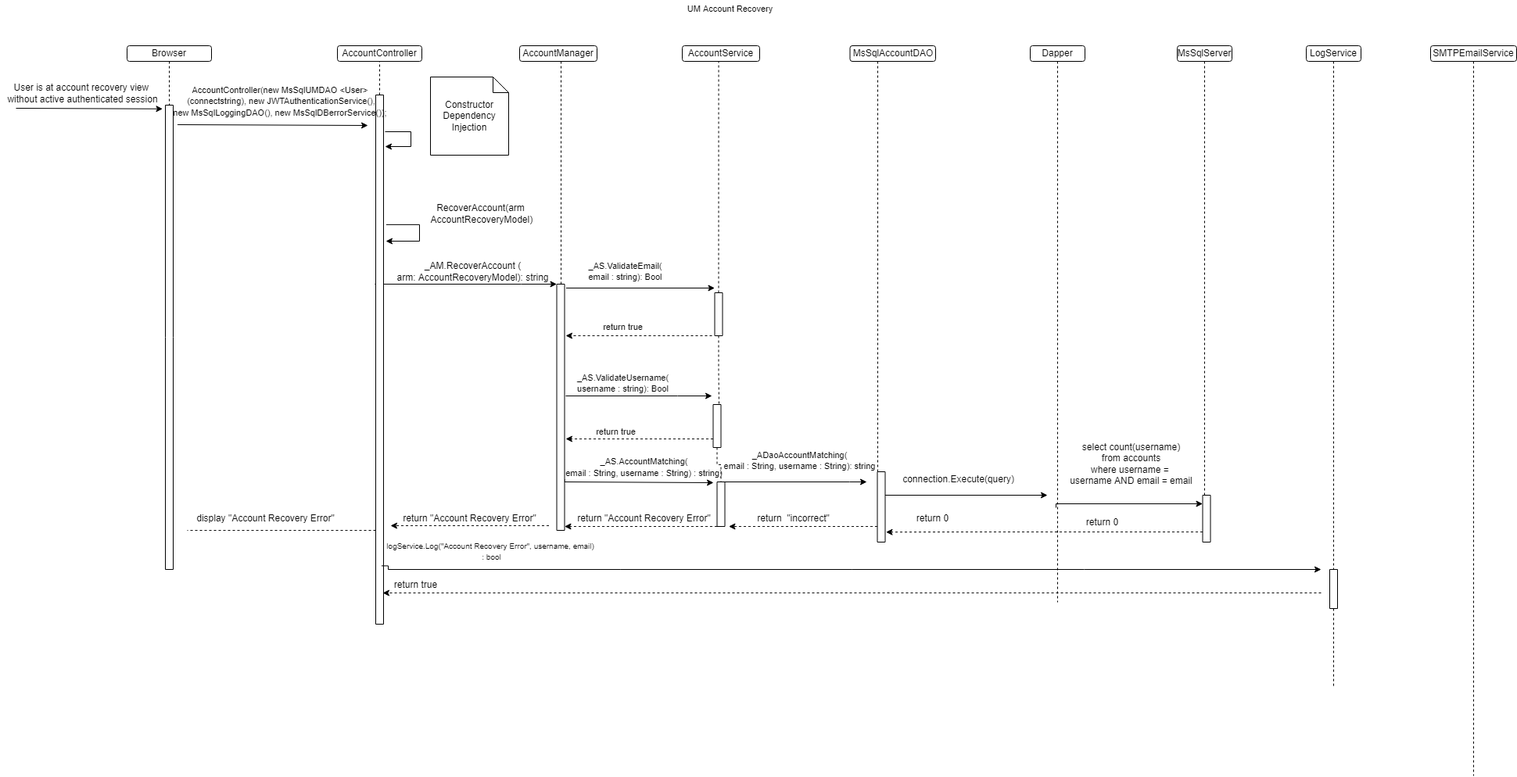
Before: Documents/Core Components/Account Recovery/acountrecoveryLL-Invalid Username.drawio.png, a diagram exported from draw.io (Annihilator3180/CECS-491A-Senior-Project). Source tidied: cells renumbered, new cells last; positions are measured from the earlier drawing's top-left corner, leaving out a move shared by most shapes.
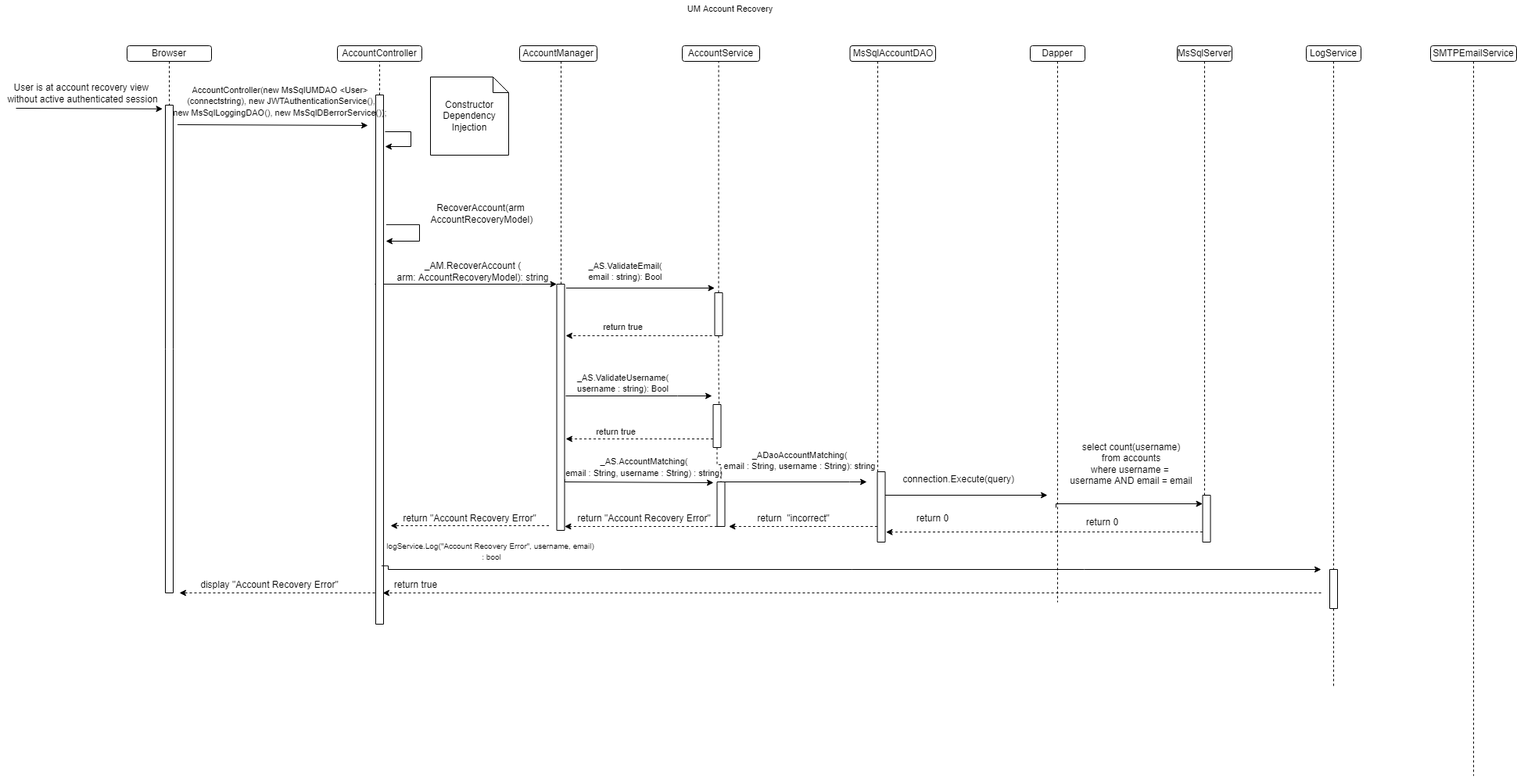
Later version of the same file.

The edit, as a diff of the source:
```diff
@@ -242,12 +242,12 @@
     <mxCell id="50" value="Browser" style="rounded=1;whiteSpace=wrap;html=1;" parent="1" vertex="1">
       <mxGeometry x="162" y="58" width="108" height="20" as="geometry" />
     </mxCell>
-    <mxCell id="51" style="edgeStyle=orthogonalEdgeStyle;rounded=0;jettySize=auto;html=1;dashed=1;endArrow=none;endFill=0;" parent="1" edge="1" source="52">
+    <mxCell id="51" style="edgeStyle=orthogonalEdgeStyle;rounded=0;orthogonalLoop=1;jettySize=auto;html=1;dashed=1;endArrow=classic;endFill=1;" parent="1" edge="1">
       <mxGeometry relative="1" as="geometry">
-        <mxPoint x="239" y="678" as="targetPoint" />
+        <mxPoint x="479" y="758" as="sourcePoint" />
+        <mxPoint x="229" y="758" as="targetPoint" />
         <Array as="points">
-          <mxPoint x="429" y="678" />
-          <mxPoint x="429" y="678" />
+          <mxPoint x="239" y="758" />
         </Array>
       </mxGeometry>
     </mxCell>
@@ -255,7 +255,7 @@
       <mxGeometry x="480" y="121" width="10" height="677" as="geometry" />
     </mxCell>
     <mxCell id="53" style="rounded=0;whiteSpace=wrap;html=1;direction=south;" parent="1" vertex="1">
-      <mxGeometry x="211" y="134" width="10" height="594" as="geometry" />
+      <mxGeometry x="211" y="134" width="10" height="624" as="geometry" />
     </mxCell>
     <mxCell id="54" value="_AS.ValidateEmail(&lt;br&gt;email : string): Bool" style="text;html=1;align=center;verticalAlign=middle;strokeColor=none;fillColor=none;fontSize=11;" parent="1" vertex="1">
       <mxGeometry x="743.5" y="330" width="110" height="33" as="geometry" />
@@ -340,7 +340,7 @@
       <mxGeometry x="505" y="653" width="190" height="20" as="geometry" />
     </mxCell>
     <mxCell id="72" value="display &quot;Account Recovery Error&quot;" style="text;html=1;align=center;verticalAlign=middle;strokeColor=none;fillColor=none;" parent="1" vertex="1">
-      <mxGeometry x="244" y="653" width="190" height="20" as="geometry" />
+      <mxGeometry x="249" y="738" width="190" height="20" as="geometry" />
     </mxCell>
     <mxCell id="73" value="&lt;font style=&quot;font-size: 11px&quot;&gt;AccountController(new MsSqlUMDAO &amp;lt;User&amp;gt; &lt;br&gt;(connectstring), new JWTAuthenticationService(),&lt;br&gt;new MsSqlLoggingDAO(), &lt;/font&gt;&lt;font style=&quot;font-size: 11px&quot;&gt;&lt;font style=&quot;font-size: 11px&quot;&gt;new MsSqlDBerrorService())&lt;/font&gt;;&amp;nbsp;&lt;/font&gt;" style="text;html=1;align=center;verticalAlign=middle;strokeColor=none;fillColor=none;" parent="1" vertex="1">
       <mxGeometry x="214" y="104" width="290" height="50" as="geometry" />
```
